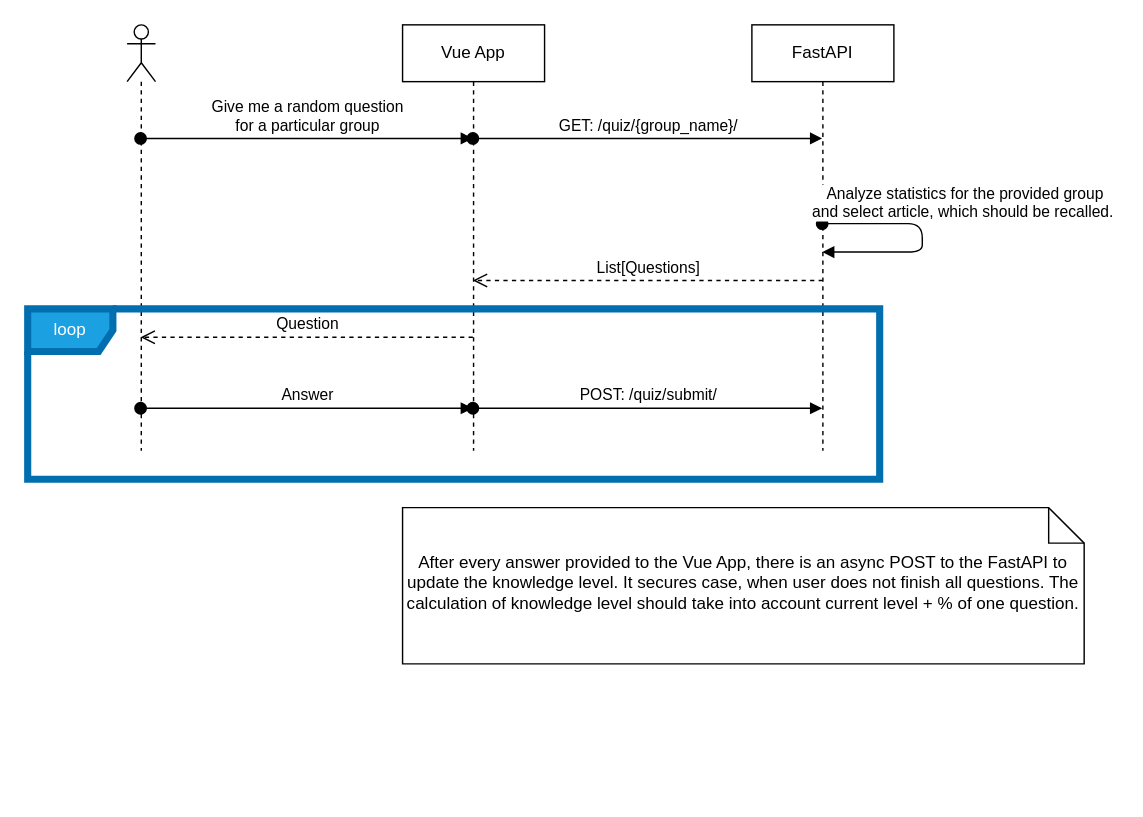
The draw.io diagram specification/uml/quiz.drawio in RdevJ/headquater, before the edit. Source tidied: cells renumbered, new cells numbered last; positions are measured from the earlier drawing's top-left corner, leaving out a move shared by most shapes. Both pictures are drawn from the tidied source at 142%, with x=0, y=0 at pixel (27, 24).
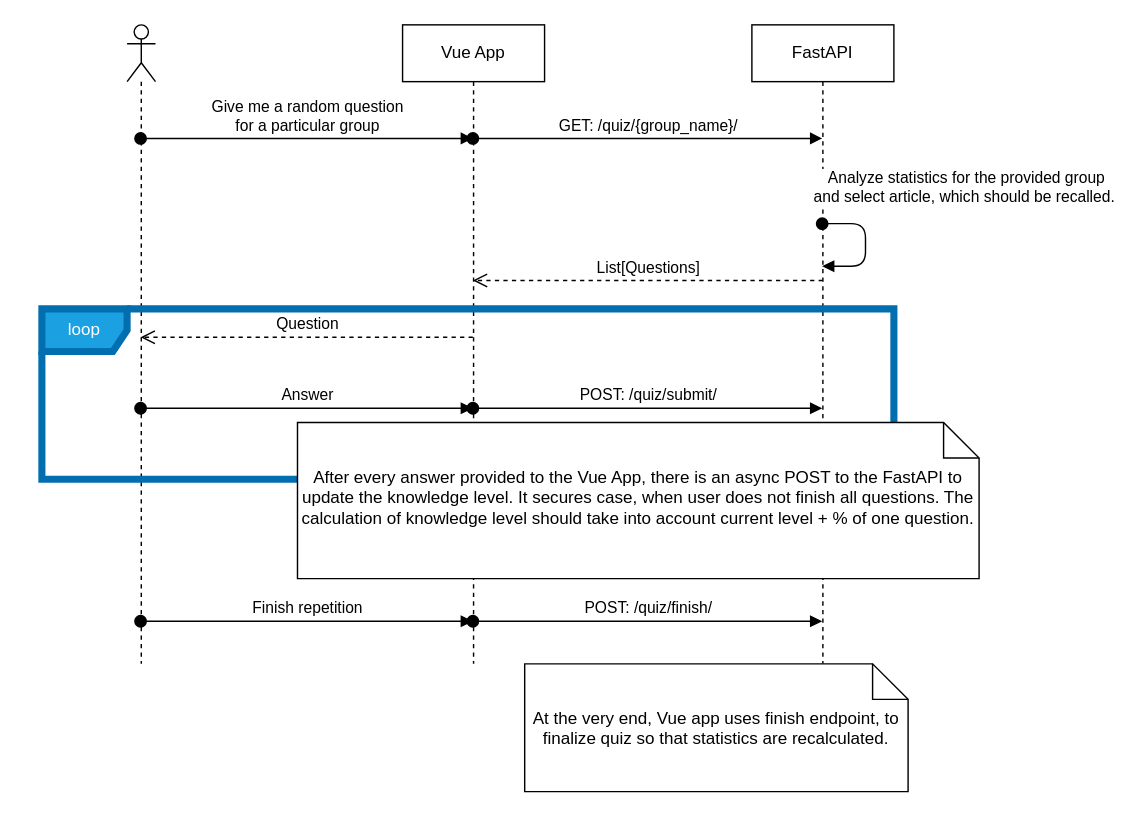
After the change.

What changed in the source:
```diff
@@
     <mxCell id="2" style="shape=umlLifeline;participant=umlActor;perimeter=lifelinePerimeter;whiteSpace=wrap;html=1;verticalAlign=top;spacingTop=36;outlineConnect=0;" parent="1" vertex="1">
-      <mxGeometry x="70" width="20" height="300" as="geometry" />
+      <mxGeometry x="70" width="20" height="450" as="geometry" />
     </mxCell>
     <mxCell id="3" value="Vue App" style="shape=umlLifeline;perimeter=lifelinePerimeter;whiteSpace=wrap;html=1;outlineConnect=0;" parent="1" vertex="1">
-      <mxGeometry x="264" width="100" height="300" as="geometry" />
+      <mxGeometry x="264" width="100" height="450" as="geometry" />
     </mxCell>
     <mxCell id="4" value="FastAPI" style="shape=umlLifeline;perimeter=lifelinePerimeter;whiteSpace=wrap;html=1;outlineConnect=0;" parent="1" vertex="1">
-      <mxGeometry x="510" width="100" height="300" as="geometry" />
+      <mxGeometry x="510" width="100" height="450" as="geometry" />
     </mxCell>
@@
     <mxCell id="7" value="Analyze statistics for the provided group &lt;br&gt;and select article, which should be recalled.&amp;nbsp;" style="html=1;verticalAlign=bottom;startArrow=oval;startFill=1;endArrow=block;startSize=8;" parent="1" edge="1" source="4" target="4">
-      <mxGeometry x="-0.12" y="30" relative="1" as="geometry" />
+      <mxGeometry x="-0.33" y="71" relative="1" as="geometry">
+        <Array as="points">
+          <mxPoint x="590" y="140" />
+          <mxPoint x="590" y="170" />
+        </Array>
+        <mxPoint x="71" y="61" as="offset" />
+      </mxGeometry>
     </mxCell>
@@
     <mxCell id="10" value="loop" style="shape=umlFrame;whiteSpace=wrap;html=1;fillColor=#1ba1e2;strokeColor=#006EAF;fontColor=#ffffff;strokeWidth=5;" parent="1" vertex="1">
-      <mxGeometry y="200" width="600" height="120" as="geometry" />
+      <mxGeometry x="10" y="200" width="600" height="120" as="geometry" />
     </mxCell>
@@
     <mxCell id="13" value="After every answer provided to the Vue App, there is an async POST to the FastAPI to update the knowledge level. It secures case, when user does not finish all questions. The calculation of knowledge level should take into account current level + % of one question." style="shape=note2;boundedLbl=1;whiteSpace=wrap;html=1;size=25;verticalAlign=top;align=center;" parent="1" vertex="1">
-      <mxGeometry x="264" y="340" width="480" height="110" as="geometry" />
+      <mxGeometry x="190" y="280" width="480" height="110" as="geometry" />
     </mxCell>
+    <mxCell id="14" value="Finish repetition" style="html=1;verticalAlign=bottom;startArrow=oval;startFill=1;endArrow=block;startSize=8;" parent="1" edge="1" source="2" target="3">
+      <mxGeometry relative="1" as="geometry">
+        <Array as="points">
+          <mxPoint x="250" y="420" />
+        </Array>
+      </mxGeometry>
+    </mxCell>
+    <mxCell id="15" value="POST: /quiz/finish/" style="html=1;verticalAlign=bottom;startArrow=oval;startFill=1;endArrow=block;startSize=8;" parent="1" edge="1" source="3" target="4">
+      <mxGeometry relative="1" as="geometry">
+        <Array as="points">
+          <mxPoint x="410" y="420" />
+        </Array>
+      </mxGeometry>
+    </mxCell>
+    <mxCell id="16" value="At the very end, Vue app uses finish endpoint, to finalize quiz so that statistics are recalculated." style="shape=note2;boundedLbl=1;whiteSpace=wrap;html=1;size=25;verticalAlign=top;align=center;" parent="1" vertex="1">
+      <mxGeometry x="350" y="450" width="270" height="90" as="geometry" />
+    </mxCell>
```
